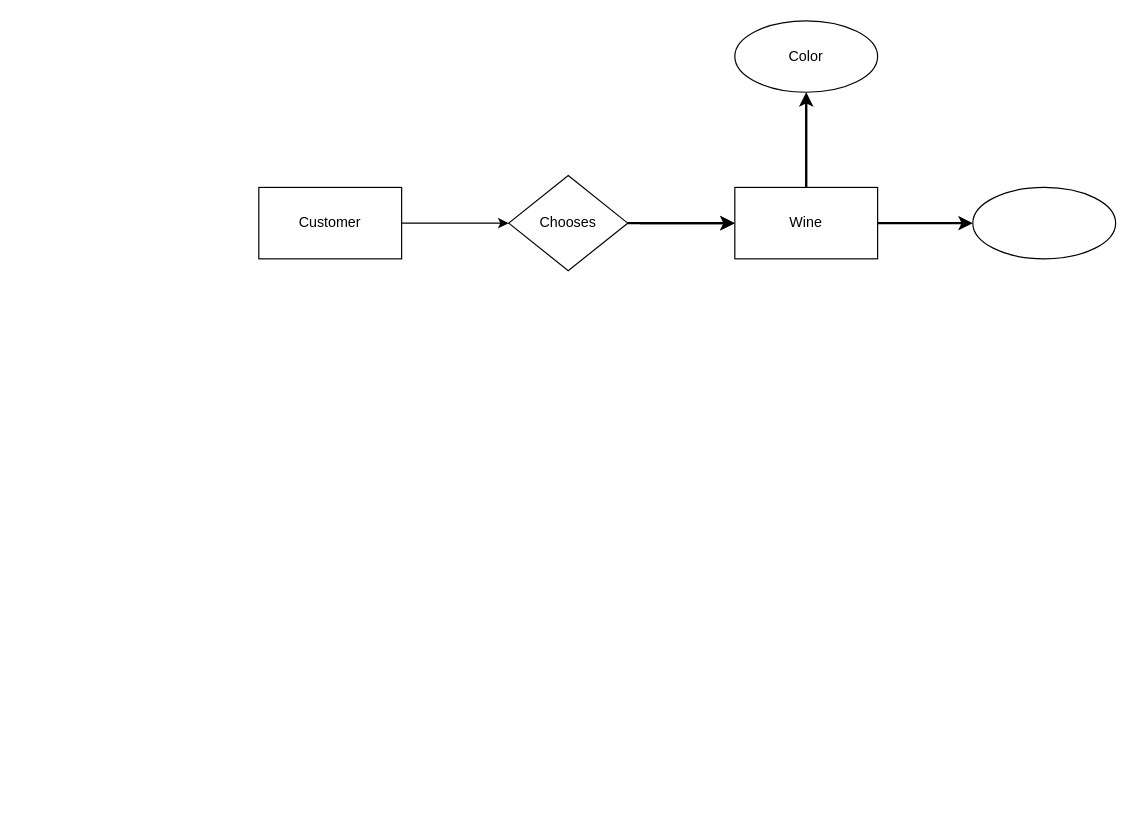
This is wineInventory.drawio from zdotg/the_little_wine_shop, a draw.io file, before an edit. Source tidied: cells renumbered, new cells numbered last; positions are measured from the earlier drawing's top-left corner, leaving out a move shared by most shapes. Both pictures are drawn from the tidied source at 119%, with x=0, y=0 at pixel (258, 20).
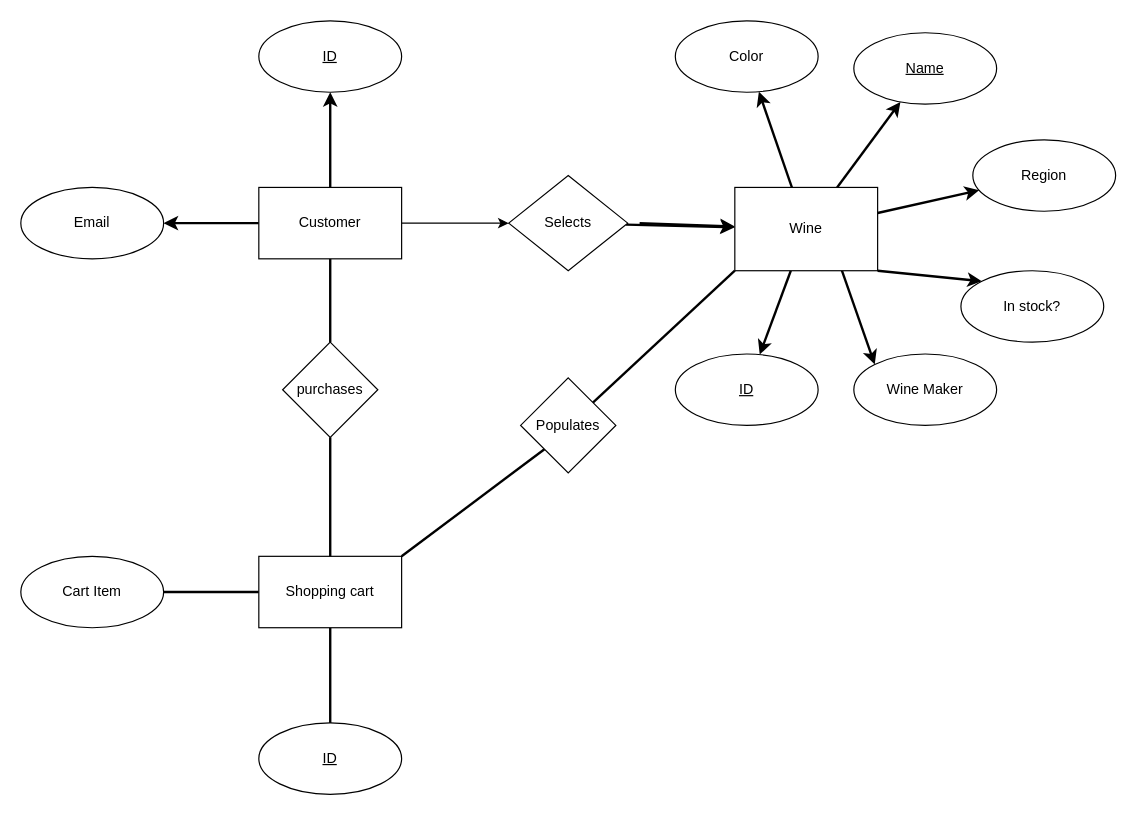
The same diagram, later.

Unchanged cells that the change refers to:
```xml
<mxCell id="3" value="Customer" style="rounded=0;whiteSpace=wrap;html=1;" parent="1" vertex="1">
  <mxGeometry y="140" width="120" height="60" as="geometry" />
</mxCell>
```

Diff of the diagram source:
```diff
@@
+    <mxCell id="12" style="edgeStyle=none;html=1;strokeWidth=2;" parent="1" edge="1" source="3" target="20">
+      <mxGeometry relative="1" as="geometry" />
+    </mxCell>
+    <mxCell id="13" style="edgeStyle=none;html=1;strokeWidth=2;" parent="1" edge="1" source="3" target="21">
+      <mxGeometry relative="1" as="geometry" />
+    </mxCell>
+    <mxCell id="14" style="edgeStyle=none;html=1;endArrow=none;endFill=0;strokeWidth=2;" parent="1" edge="1" source="3" target="32">
+      <mxGeometry relative="1" as="geometry" />
+    </mxCell>
@@
+    <mxCell id="15" style="edgeStyle=none;html=1;strokeWidth=2;" parent="1" edge="1" source="7" target="22">
+      <mxGeometry relative="1" as="geometry" />
+    </mxCell>
+    <mxCell id="16" style="edgeStyle=none;html=1;exitX=1;exitY=1;exitDx=0;exitDy=0;entryX=0;entryY=0;entryDx=0;entryDy=0;strokeWidth=2;" parent="1" edge="1" source="7" target="23">
+      <mxGeometry relative="1" as="geometry" />
+    </mxCell>
+    <mxCell id="17" style="edgeStyle=none;html=1;strokeWidth=2;" parent="1" edge="1" source="7" target="24">
+      <mxGeometry relative="1" as="geometry" />
+    </mxCell>
+    <mxCell id="18" style="edgeStyle=none;html=1;exitX=0.75;exitY=1;exitDx=0;exitDy=0;strokeWidth=2;entryX=0;entryY=0;entryDx=0;entryDy=0;" parent="1" edge="1" source="7" target="25">
+      <mxGeometry relative="1" as="geometry" />
+    </mxCell>
+    <mxCell id="19" style="edgeStyle=none;html=1;exitX=0;exitY=1;exitDx=0;exitDy=0;endArrow=none;endFill=0;strokeWidth=2;" parent="1" edge="1" source="7" target="30">
+      <mxGeometry relative="1" as="geometry" />
+    </mxCell>
     <mxCell id="7" value="Wine" style="whiteSpace=wrap;html=1;rounded=0;" parent="1" vertex="1">
-      <mxGeometry x="400" y="140" width="120" height="60" as="geometry" />
+      <mxGeometry x="400" y="140" width="120" height="70" as="geometry" />
     </mxCell>
@@
-    <mxCell id="9" value="Chooses" style="rhombus;whiteSpace=wrap;html=1;" parent="1" vertex="1">
+    <mxCell id="9" value="Selects" style="rhombus;whiteSpace=wrap;html=1;" parent="1" vertex="1">
       <mxGeometry x="210" y="130" width="100" height="80" as="geometry" />
     </mxCell>
     <mxCell id="10" value="Color" style="ellipse;whiteSpace=wrap;html=1;rounded=0;" parent="1" vertex="1">
-      <mxGeometry x="400" width="120" height="60" as="geometry" />
+      <mxGeometry x="350" width="120" height="60" as="geometry" />
     </mxCell>
-    <mxCell id="11" style="ellipse;whiteSpace=wrap;html=1;rounded=0;" parent="1" vertex="1">
-      <mxGeometry x="600" y="140" width="120" height="60" as="geometry" />
+    <mxCell id="11" value="&lt;u&gt;Name&lt;/u&gt;" style="ellipse;whiteSpace=wrap;html=1;rounded=0;" parent="1" vertex="1">
+      <mxGeometry x="500" y="10" width="120" height="60" as="geometry" />
     </mxCell>
+    <mxCell id="20" value="&lt;u&gt;ID&lt;/u&gt;" style="ellipse;whiteSpace=wrap;html=1;rounded=0;" parent="1" vertex="1">
+      <mxGeometry width="120" height="60" as="geometry" />
+    </mxCell>
+    <mxCell id="21" value="Email" style="ellipse;whiteSpace=wrap;html=1;rounded=0;" parent="1" vertex="1">
+      <mxGeometry x="-200" y="140" width="120" height="60" as="geometry" />
+    </mxCell>
+    <mxCell id="22" value="&lt;u&gt;ID&lt;/u&gt;" style="ellipse;whiteSpace=wrap;html=1;rounded=0;" parent="1" vertex="1">
+      <mxGeometry x="350" y="280" width="120" height="60" as="geometry" />
+    </mxCell>
+    <mxCell id="23" value="In stock?" style="ellipse;whiteSpace=wrap;html=1;rounded=0;" parent="1" vertex="1">
+      <mxGeometry x="590" y="210" width="120" height="60" as="geometry" />
+    </mxCell>
+    <mxCell id="24" value="Region" style="ellipse;whiteSpace=wrap;html=1;rounded=0;" parent="1" vertex="1">
+      <mxGeometry x="600" y="100" width="120" height="60" as="geometry" />
+    </mxCell>
+    <mxCell id="25" value="Wine Maker" style="ellipse;whiteSpace=wrap;html=1;rounded=0;" parent="1" vertex="1">
+      <mxGeometry x="500" y="280" width="120" height="60" as="geometry" />
+    </mxCell>
+    <mxCell id="26" style="edgeStyle=none;html=1;endArrow=none;endFill=0;strokeWidth=2;" parent="1" edge="1" source="28" target="33">
+      <mxGeometry relative="1" as="geometry" />
+    </mxCell>
+    <mxCell id="27" style="edgeStyle=none;html=1;endArrow=none;endFill=0;strokeWidth=2;" parent="1" edge="1" source="28" target="34">
+      <mxGeometry relative="1" as="geometry" />
+    </mxCell>
+    <mxCell id="28" value="Shopping cart" style="rounded=0;whiteSpace=wrap;html=1;" parent="1" vertex="1">
+      <mxGeometry y="450" width="120" height="60" as="geometry" />
+    </mxCell>
+    <mxCell id="29" style="edgeStyle=none;html=1;exitX=0;exitY=1;exitDx=0;exitDy=0;entryX=1;entryY=0;entryDx=0;entryDy=0;strokeWidth=2;endArrow=none;endFill=0;" parent="1" edge="1" source="30" target="28">
+      <mxGeometry relative="1" as="geometry" />
+    </mxCell>
+    <mxCell id="30" value="Populates" style="rhombus;whiteSpace=wrap;html=1;" parent="1" vertex="1">
+      <mxGeometry x="220" y="300" width="80" height="80" as="geometry" />
+    </mxCell>
+    <mxCell id="31" style="edgeStyle=none;html=1;endArrow=none;endFill=0;strokeWidth=2;" parent="1" edge="1" source="32" target="28">
+      <mxGeometry relative="1" as="geometry" />
+    </mxCell>
+    <mxCell id="32" value="purchases" style="rhombus;whiteSpace=wrap;html=1;rounded=0;" parent="1" vertex="1">
+      <mxGeometry x="20" y="270" width="80" height="80" as="geometry" />
+    </mxCell>
+    <mxCell id="33" value="&lt;u&gt;ID&lt;/u&gt;" style="ellipse;whiteSpace=wrap;html=1;rounded=0;" parent="1" vertex="1">
+      <mxGeometry y="590" width="120" height="60" as="geometry" />
+    </mxCell>
+    <mxCell id="34" value="Cart Item" style="ellipse;whiteSpace=wrap;html=1;rounded=0;" parent="1" vertex="1">
+      <mxGeometry x="-200" y="450" width="120" height="60" as="geometry" />
+    </mxCell>
```
